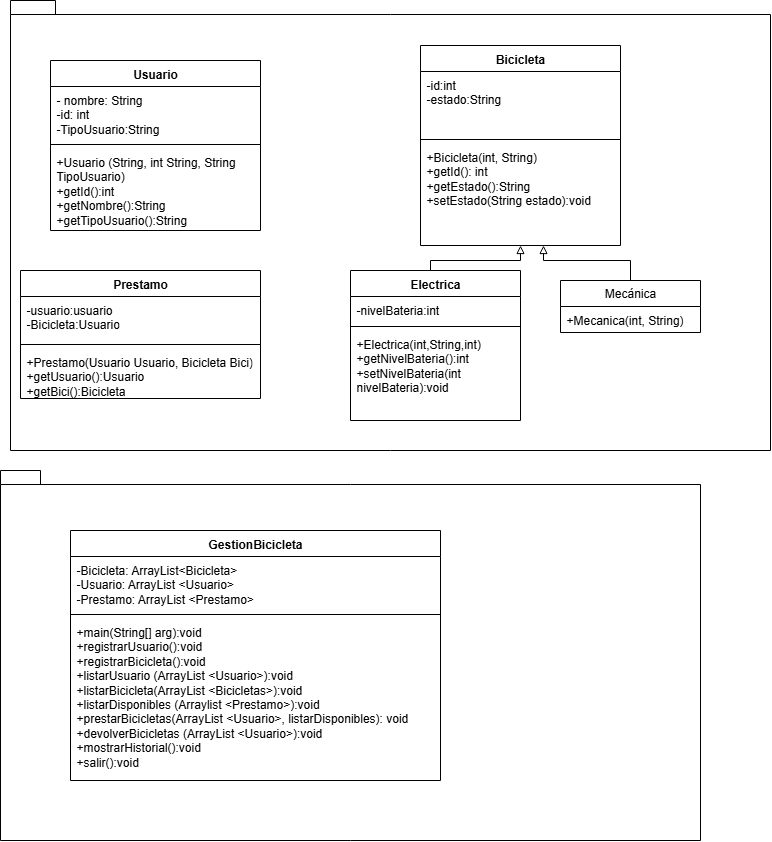
Earlier version of the draw.io export BiciShare. 07-Página-1.drawio.png (ferrerval/BiciShare). Source tidied: cells renumbered, new cells last; positions are measured from the earlier drawing's top-left corner, leaving out a move shared by most shapes.
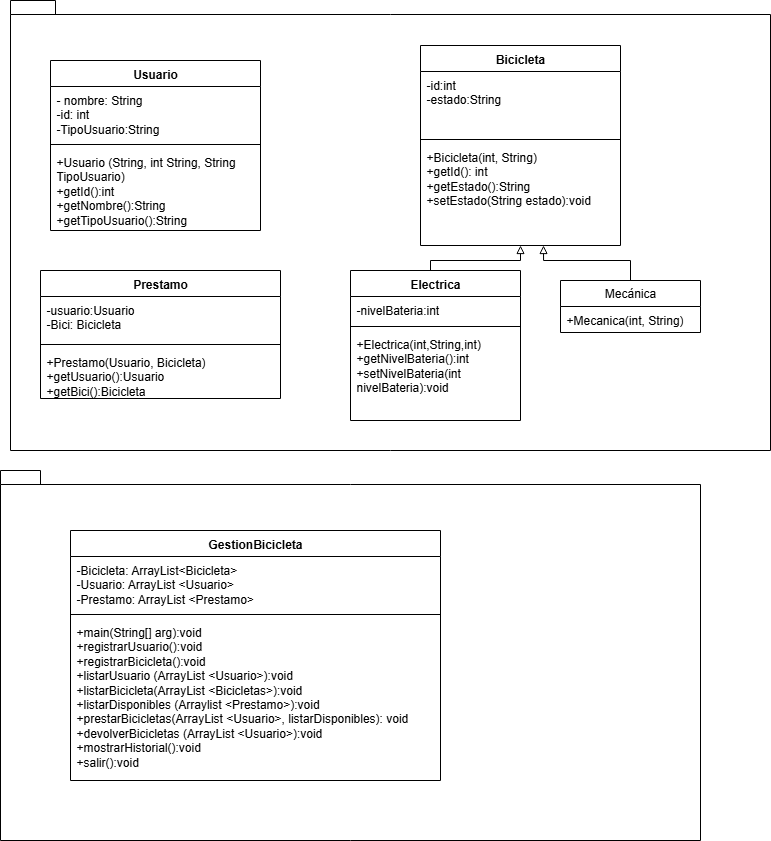
After the change.

Change to the diagram source:
```diff
@@ -75,15 +75,15 @@
       <mxGeometry y="88" width="370" height="162" as="geometry" />
     </mxCell>
     <mxCell id="24" value="Prestamo" style="swimlane;fontStyle=1;align=center;verticalAlign=top;horizontal=1;startSize=26;whiteSpace=wrap;html=1;" parent="1" vertex="1">
-      <mxGeometry x="20" y="270" width="240" height="128" as="geometry" />
+      <mxGeometry x="40" y="270" width="240" height="128" as="geometry" />
     </mxCell>
-    <mxCell id="25" value="-usuario:usuario&lt;div&gt;-Bicicleta:Usuario&lt;br&gt;&lt;div&gt;&lt;br&gt;&lt;/div&gt;&lt;/div&gt;" style="text;strokeColor=none;fillColor=none;align=left;verticalAlign=top;spacingLeft=4;spacingRight=4;overflow=hidden;whiteSpace=wrap;html=1;" parent="24" vertex="1">
+    <mxCell id="25" value="-usuario:Usuario&lt;div&gt;-Bici: Bicicleta&lt;br&gt;&lt;div&gt;&lt;br&gt;&lt;/div&gt;&lt;/div&gt;" style="text;strokeColor=none;fillColor=none;align=left;verticalAlign=top;spacingLeft=4;spacingRight=4;overflow=hidden;whiteSpace=wrap;html=1;" parent="24" vertex="1">
       <mxGeometry y="26" width="240" height="44" as="geometry" />
     </mxCell>
     <mxCell id="26" style="line;strokeWidth=1;fillColor=none;align=left;verticalAlign=middle;spacingTop=-1;spacingLeft=3;spacingRight=3;labelPosition=right;strokeColor=inherit;" parent="24" vertex="1">
       <mxGeometry y="70" width="240" height="8" as="geometry" />
     </mxCell>
-    <mxCell id="27" value="+Prestamo(Usuario Usuario, Bicicleta Bici)&lt;div&gt;+getUsuario():Usuario&lt;/div&gt;&lt;div&gt;+getBici():Bicicleta&lt;/div&gt;" style="text;strokeColor=none;fillColor=none;align=left;verticalAlign=top;spacingLeft=4;spacingRight=4;overflow=hidden;whiteSpace=wrap;html=1;" parent="24" vertex="1">
+    <mxCell id="27" value="+Prestamo(Usuario, Bicicleta)&lt;div&gt;+getUsuario():Usuario&lt;/div&gt;&lt;div&gt;+getBici():Bicicleta&lt;/div&gt;" style="text;strokeColor=none;fillColor=none;align=left;verticalAlign=top;spacingLeft=4;spacingRight=4;overflow=hidden;whiteSpace=wrap;html=1;" parent="24" vertex="1">
       <mxGeometry y="78" width="240" height="50" as="geometry" />
     </mxCell>
   </root>
```
